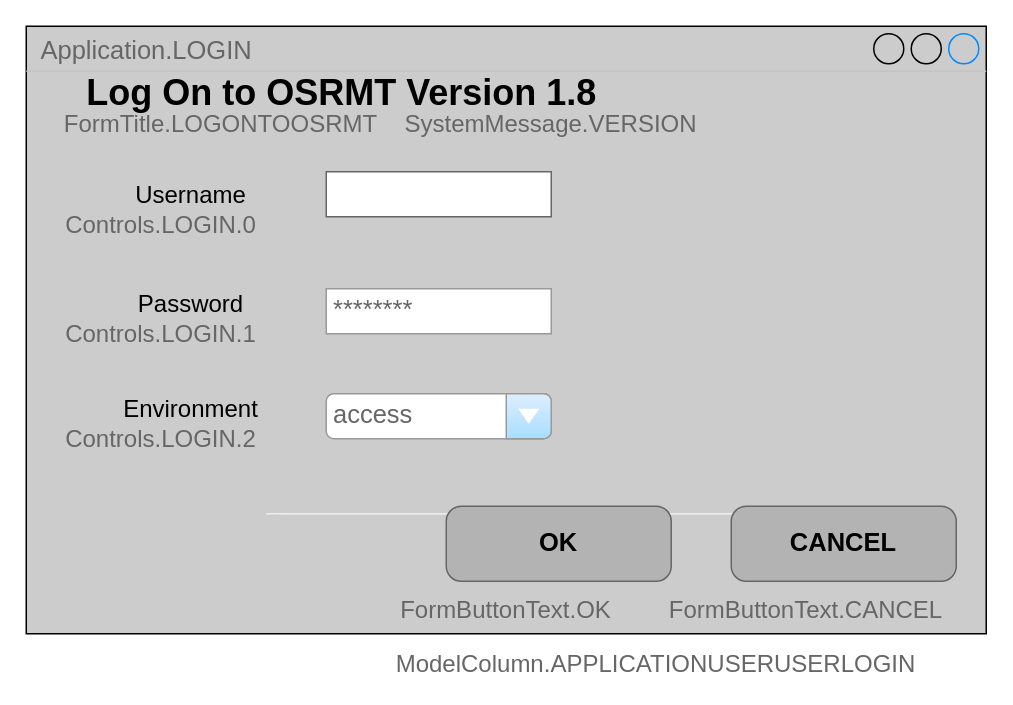
This is page "Login" (4 of 6) of hnc.drawio from haclong/drawings, a draw.io file, before an edit. Source tidied: cells renumbered, new cells numbered last; positions are measured from the earlier drawing's top-left corner, leaving out a move shared by most shapes. Both pictures are drawn from the tidied source at 150%, with x=0, y=0 at pixel (26, 26).
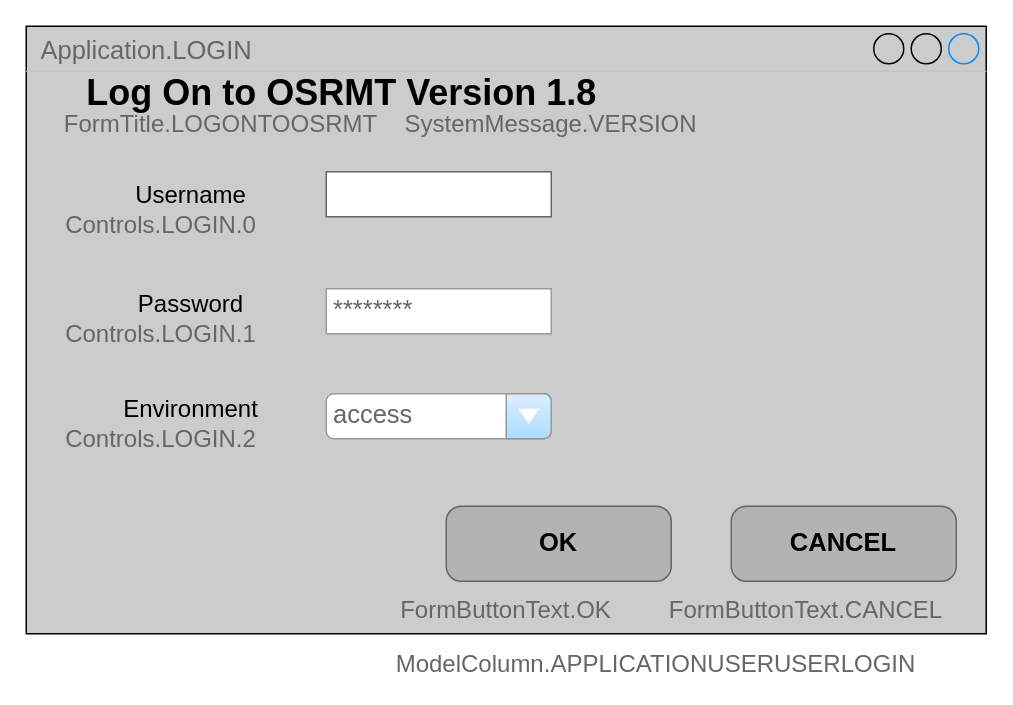
The same diagram, later.

The edit, as a diff of the source:
```diff
@@
-    <mxCell id="4" style="dashed=0;shape=line;strokeWidth=1;noLabel=1;strokeColor=#eeeeee;" parent="1" vertex="1">
-      <mxGeometry x="160" y="320" width="346" height="10" as="geometry" />
-    </mxCell>
-    <mxCell id="5" style="dashed=0;shape=line;strokeWidth=1;noLabel=1;strokeColor=#eeeeee;opacity=50;" parent="1" vertex="1">
-      <mxGeometry x="170" y="320" width="346" height="10" as="geometry" />
-    </mxCell>
```
